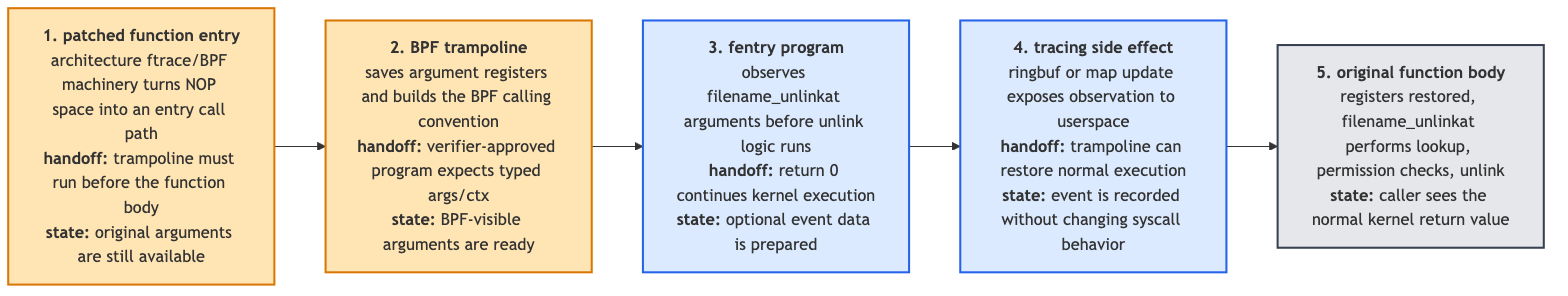
This is ebpf/src/diagrams/day01_trampoline_flow.png from biefy/books, a Mermaid export, as it was before one commit. Its source is kept beside it as ebpf/src/diagrams/src/day01_trampoline_flow.mmd.
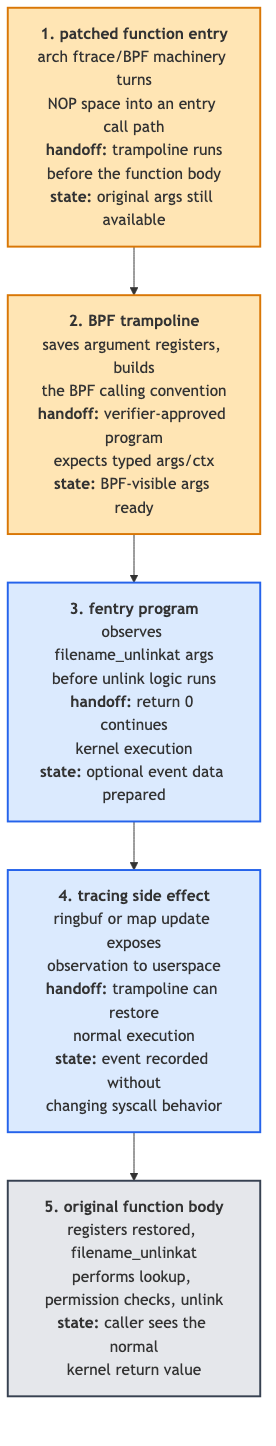
After the change.

The edit, as a diff of the source:
```diff
@@ -1,13 +1,13 @@
-flowchart LR
-    Patch["<b>1. patched function entry</b><br/>architecture ftrace/BPF machinery turns NOP space into an entry call path<br/><b>handoff:</b> trampoline must run before the function body<br/><b>state:</b> original arguments are still available"]
+flowchart TD
+    Patch["<b>1. patched function entry</b><br/>arch ftrace/BPF machinery turns<br/>NOP space into an entry call path<br/><b>handoff:</b> trampoline runs<br/>before the function body<br/><b>state:</b> original args still available"]
 
-    Tramp["<b>2. BPF trampoline</b><br/>saves argument registers and builds the BPF calling convention<br/><b>handoff:</b> verifier-approved program expects typed args/ctx<br/><b>state:</b> BPF-visible arguments are ready"]
+    Tramp["<b>2. BPF trampoline</b><br/>saves argument registers, builds<br/>the BPF calling convention<br/><b>handoff:</b> verifier-approved program<br/>expects typed args/ctx<br/><b>state:</b> BPF-visible args ready"]
 
-    Prog["<b>3. fentry program</b><br/>observes filename_unlinkat arguments before unlink logic runs<br/><b>handoff:</b> return 0 continues kernel execution<br/><b>state:</b> optional event data is prepared"]
+    Prog["<b>3. fentry program</b><br/>observes filename_unlinkat args<br/>before unlink logic runs<br/><b>handoff:</b> return 0 continues<br/>kernel execution<br/><b>state:</b> optional event data prepared"]
 
-    Event["<b>4. tracing side effect</b><br/>ringbuf or map update exposes observation to userspace<br/><b>handoff:</b> trampoline can restore normal execution<br/><b>state:</b> event is recorded without changing syscall behavior"]
+    Event["<b>4. tracing side effect</b><br/>ringbuf or map update exposes<br/>observation to userspace<br/><b>handoff:</b> trampoline can restore<br/>normal execution<br/><b>state:</b> event recorded without<br/>changing syscall behavior"]
 
-    Body["<b>5. original function body</b><br/>registers restored, filename_unlinkat performs lookup, permission checks, unlink<br/><b>state:</b> caller sees the normal kernel return value"]
+    Body["<b>5. original function body</b><br/>registers restored, filename_unlinkat<br/>performs lookup, permission checks, unlink<br/><b>state:</b> caller sees the normal<br/>kernel return value"]
 
     Patch --> Tramp --> Prog --> Event --> Body
 
```
